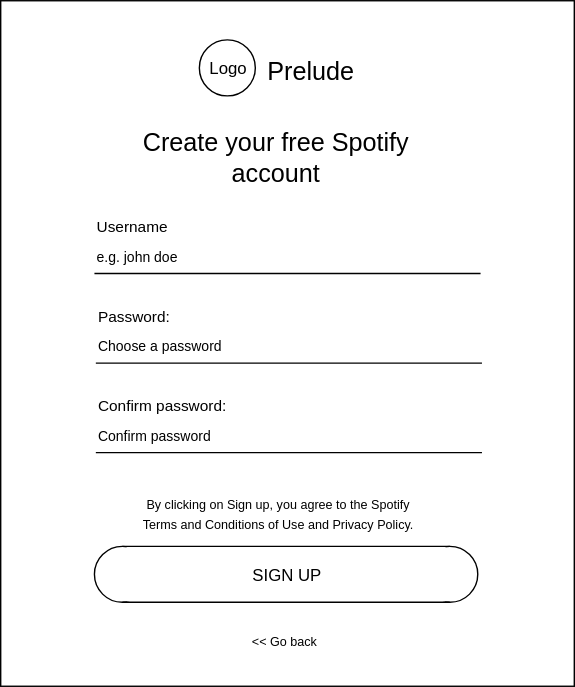
The draw.io diagram docs/wireframes/login_screens/sign_up.svg in the-big-l/prelude, before a commit. Source tidied: cells renumbered, new cells last; positions are measured from the earlier drawing's top-left corner, leaving out a move shared by most shapes.
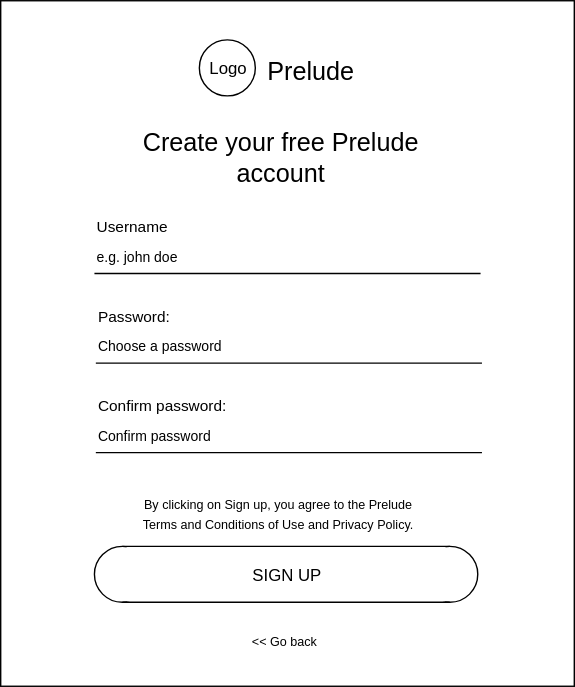
The same diagram one commit later.

Commit message:
remove references to Spotify

What changed in the source:
```diff
@@ -32,10 +32,10 @@
     <mxCell id="11" value="&lt;font style=&quot;font-size: 9px&quot;&gt;&amp;lt;&amp;lt; Go back&lt;/font&gt;" style="text;html=1;align=center;verticalAlign=top;spacingTop=-4;" parent="1" vertex="1">
       <mxGeometry x="173" y="448" width="60" height="20" as="geometry" />
     </mxCell>
-    <mxCell id="12" value="&lt;div style=&quot;text-align: center&quot;&gt;&lt;font style=&quot;font-size: 9px&quot;&gt;By clicking on Sign up, you agree to the Spotify&lt;/font&gt;&lt;/div&gt;&lt;div style=&quot;text-align: center&quot;&gt;&lt;font style=&quot;font-size: 9px&quot;&gt;Terms and&amp;nbsp;&lt;/font&gt;&lt;span style=&quot;font-size: 9px&quot;&gt;Conditions of Use and Privacy Policy.&lt;/span&gt;&lt;/div&gt;" style="text;html=1;align=left;verticalAlign=top;spacingTop=-4;" parent="1" vertex="1">
+    <mxCell id="12" value="&lt;div style=&quot;text-align: center&quot;&gt;&lt;font style=&quot;font-size: 9px&quot;&gt;By clicking on Sign up, you agree to the Prelude&lt;/font&gt;&lt;/div&gt;&lt;div style=&quot;text-align: center&quot;&gt;&lt;font style=&quot;font-size: 9px&quot;&gt;Terms and&amp;nbsp;&lt;/font&gt;&lt;span style=&quot;font-size: 9px&quot;&gt;Conditions of Use and Privacy Policy.&lt;/span&gt;&lt;/div&gt;" style="text;html=1;align=left;verticalAlign=top;spacingTop=-4;" parent="1" vertex="1">
       <mxGeometry x="100" y="350" width="210" height="30" as="geometry" />
     </mxCell>
-    <mxCell id="13" value="&lt;div style=&quot;text-align: center&quot;&gt;&lt;font style=&quot;font-size: 18px&quot;&gt;Create your free Spotify&lt;/font&gt;&lt;/div&gt;&lt;div&gt;&lt;div style=&quot;text-align: center&quot;&gt;&lt;font size=&quot;4&quot;&gt;account&lt;/font&gt;&lt;/div&gt;&lt;/div&gt;" style="text;html=1;align=left;verticalAlign=top;spacingTop=-4;" parent="1" vertex="1">
+    <mxCell id="13" value="&lt;div style=&quot;text-align: center&quot;&gt;&lt;font style=&quot;font-size: 18px&quot;&gt;Create your free Prelude&lt;/font&gt;&lt;/div&gt;&lt;div&gt;&lt;div style=&quot;text-align: center&quot;&gt;&lt;font size=&quot;4&quot;&gt;account&lt;/font&gt;&lt;/div&gt;&lt;/div&gt;" style="text;html=1;align=left;verticalAlign=top;spacingTop=-4;" parent="1" vertex="1">
       <mxGeometry x="100" y="89" width="210" height="30" as="geometry" />
     </mxCell>
     <mxCell id="14" value="&lt;font style=&quot;font-size: 11px&quot;&gt;Username&lt;/font&gt;" style="text;html=1;align=left;verticalAlign=top;spacingTop=-4;" parent="1" vertex="1">
```
